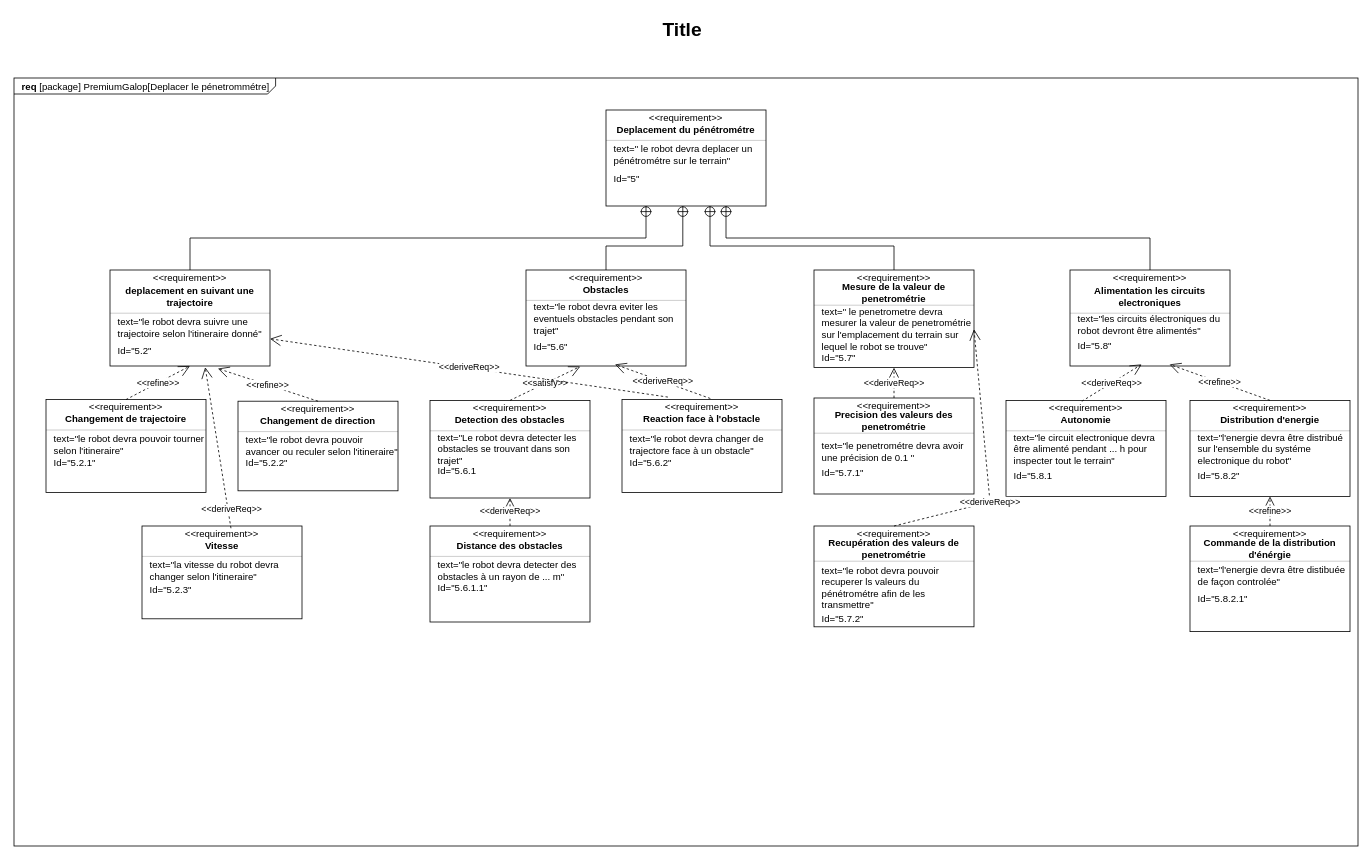
ToGen49/Hippodrome keeps this draw.io diagram as SYSML/Req_deplacement.drawio. Above is the earlier version. Source tidied: cells renumbered, new cells numbered last; positions are measured from the earlier drawing's top-left corner, leaving out a move shared by most shapes. Both pictures are drawn from the tidied source at 80%, with x=0, y=0 at pixel (14, 14).
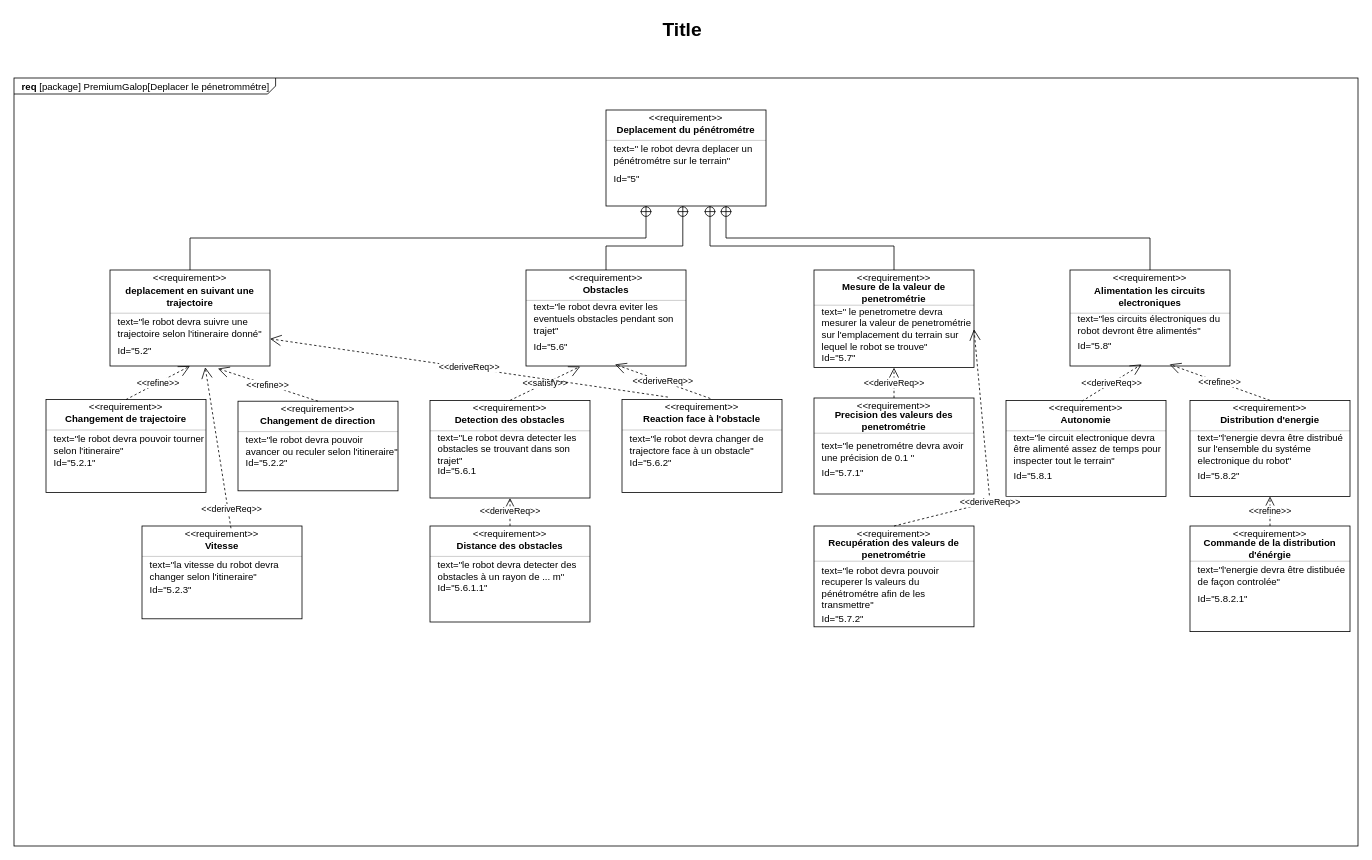
The same diagram, later.

Commit message:
Mettre à jour Req_deplacement.drawio

The change refers to these unchanged cells:
```xml
<mxCell id="75" style="fontStyle=1;align=center;verticalAlign=middle;horizontal=1;" parent="1" vertex="1">
  <mxGeometry x="1240" y="483" width="200" height="120" as="geometry" />
</mxCell>
```

What changed in the source:
```diff
@@
-    <mxCell id="79" value="text=&quot;le circuit electronique devra être alimenté pendant ... h pour inspecter tout le terrain&quot;" style="html=1;align=left;spacing=0;verticalAlign=middle;strokeColor=none;fillColor=none;whiteSpace=wrap;spacingLeft=10;" parent="75" vertex="1">
+    <mxCell id="79" value="text=&quot;le circuit electronique devra être alimenté assez de temps pour inspecter tout le terrain&quot;" style="html=1;align=left;spacing=0;verticalAlign=middle;strokeColor=none;fillColor=none;whiteSpace=wrap;spacingLeft=10;" parent="75" vertex="1">
       <mxGeometry y="42" width="200" height="38" as="geometry" />
     </mxCell>
```
